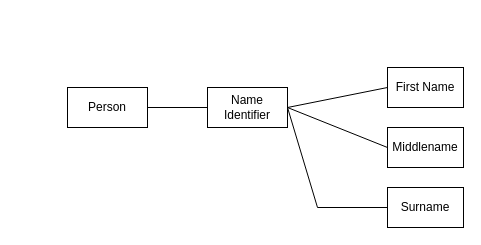
Before: assets/go-sql.drawio in paulwizviz/go-sql, a draw.io diagram. Source tidied: cells renumbered, new cells numbered last; positions are measured from the earlier drawing's top-left corner, leaving out a move shared by most shapes. Both pictures are drawn from the tidied source at 100%, with x=0, y=0 at pixel (67, 67).
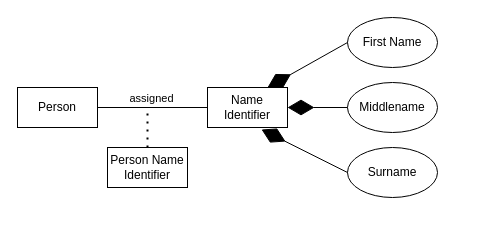
After the change.

Diff of the diagram source:
```diff
@@
 <mxGraphModel>
   <root>
     <mxCell id="0" />
     <mxCell id="1" parent="0" />
     <mxCell id="2" value="Person" style="rounded=0;whiteSpace=wrap;html=1;" parent="1" vertex="1">
-      <mxGeometry y="20" width="80" height="40" as="geometry" />
+      <mxGeometry x="-50" y="20" width="80" height="40" as="geometry" />
     </mxCell>
     <mxCell id="3" value="Name Identifier" style="rounded=0;whiteSpace=wrap;html=1;" parent="1" vertex="1">
       <mxGeometry x="140" y="20" width="80" height="40" as="geometry" />
     </mxCell>
     <mxCell id="4" style="endArrow=none;html=1;edgeStyle=orthogonalEdgeStyle;rounded=0;exitX=1;exitY=0.5;exitDx=0;exitDy=0;entryX=0;entryY=0.5;entryDx=0;entryDy=0;" parent="1" edge="1" source="2" target="3">
       <mxGeometry relative="1" as="geometry" />
     </mxCell>
+    <mxCell id="11" value="assigned" style="edgeLabel;html=1;align=center;verticalAlign=middle;" parent="4" vertex="1">
+      <mxGeometry x="-0.03" y="-1" relative="1" as="geometry">
+        <mxPoint y="-11" as="offset" />
+      </mxGeometry>
+    </mxCell>
-    <mxCell id="5" value="First Name" style="rounded=0;whiteSpace=wrap;html=1;" parent="1" vertex="1">
-      <mxGeometry x="320" width="76" height="40" as="geometry" />
+    <mxCell id="5" value="First Name" style="ellipse;whiteSpace=wrap;html=1;" parent="1" vertex="1">
+      <mxGeometry x="280" y="-50" width="90" height="50" as="geometry" />
     </mxCell>
-    <mxCell id="6" style="endArrow=none;html=1;rounded=0;entryX=0;entryY=0.5;entryDx=0;entryDy=0;exitX=1;exitY=0.5;exitDx=0;exitDy=0;" parent="1" edge="1" source="3" target="5">
-      <mxGeometry relative="1" as="geometry" />
-    </mxCell>
-    <mxCell id="7" value="Middlename" style="rounded=0;whiteSpace=wrap;html=1;" parent="1" vertex="1">
-      <mxGeometry x="320" y="60" width="76" height="40" as="geometry" />
+    <mxCell id="7" value="Middlename" style="ellipse;whiteSpace=wrap;html=1;" parent="1" vertex="1">
+      <mxGeometry x="280" y="15" width="90" height="50" as="geometry" />
     </mxCell>
-    <mxCell id="8" style="endArrow=none;html=1;rounded=0;entryX=0;entryY=0.5;entryDx=0;entryDy=0;exitX=1;exitY=0.5;exitDx=0;exitDy=0;" parent="1" edge="1" source="3" target="7">
-      <mxGeometry relative="1" as="geometry" />
-    </mxCell>
-    <mxCell id="9" value="Surname" style="rounded=0;whiteSpace=wrap;html=1;" parent="1" vertex="1">
-      <mxGeometry x="320" y="120" width="76" height="40" as="geometry" />
+    <mxCell id="9" value="Surname" style="ellipse;whiteSpace=wrap;html=1;" parent="1" vertex="1">
+      <mxGeometry x="280" y="80" width="90" height="50" as="geometry" />
     </mxCell>
-    <mxCell id="10" style="endArrow=none;html=1;rounded=0;entryX=0;entryY=0.5;entryDx=0;entryDy=0;exitX=1;exitY=0.5;exitDx=0;exitDy=0;" parent="1" edge="1" source="3" target="9">
-      <mxGeometry relative="1" as="geometry">
-        <Array as="points">
-          <mxPoint x="250" y="140" />
-        </Array>
-      </mxGeometry>
-    </mxCell>
+    <mxCell id="12" value="Person Name Identifier" style="rounded=0;whiteSpace=wrap;html=1;" parent="1" vertex="1">
+      <mxGeometry x="40" y="80" width="80" height="40" as="geometry" />
+    </mxCell>
+    <mxCell id="13" style="endArrow=none;dashed=1;html=1;dashPattern=1 3;strokeWidth=2;rounded=0;" parent="1" edge="1" source="12">
+      <mxGeometry relative="1" as="geometry">
+        <mxPoint x="80" y="40" as="targetPoint" />
+      </mxGeometry>
+    </mxCell>
+    <mxCell id="14" style="endArrow=diamondThin;endFill=1;endSize=24;html=1;rounded=0;exitX=0;exitY=0.5;exitDx=0;exitDy=0;entryX=0.75;entryY=0;entryDx=0;entryDy=0;" parent="1" edge="1" source="5" target="3">
+      <mxGeometry relative="1" as="geometry" />
+    </mxCell>
+    <mxCell id="15" style="endArrow=diamondThin;endFill=1;endSize=24;html=1;rounded=0;exitX=0;exitY=0.5;exitDx=0;exitDy=0;entryX=1;entryY=0.5;entryDx=0;entryDy=0;" parent="1" edge="1" source="7" target="3">
+      <mxGeometry relative="1" as="geometry" />
+    </mxCell>
+    <mxCell id="16" style="endArrow=diamondThin;endFill=1;endSize=24;html=1;rounded=0;exitX=0;exitY=0.5;exitDx=0;exitDy=0;entryX=0.675;entryY=1.05;entryDx=0;entryDy=0;entryPerimeter=0;" parent="1" edge="1" source="9" target="3">
+      <mxGeometry relative="1" as="geometry" />
+    </mxCell>
   </root>
 </mxGraphModel>
```
